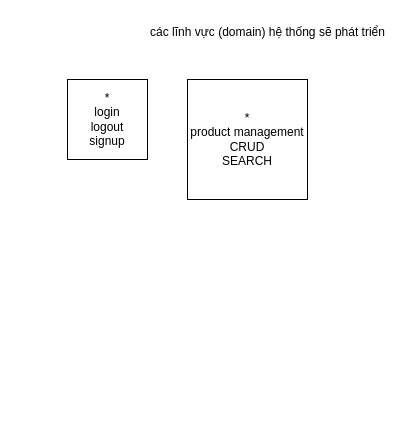
This is Untitled Diagram.drawio from MingChenCodeLab/diagram, a draw.io file, before an edit. Source tidied: cells renumbered, new cells numbered last; positions are measured from the earlier drawing's top-left corner, leaving out a move shared by most shapes. Both pictures are drawn from the tidied source at 100%, with x=0, y=0 at pixel (67, 17).
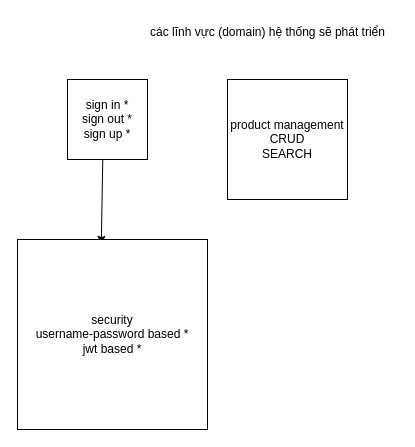
The same page after the edit.

What changed in the source:
```diff
@@
 <mxGraphModel>
   <root>
     <mxCell id="0" />
     <mxCell id="1" parent="0" />
     <mxCell id="2" value="các lĩnh vực (domain) hệ thống sẽ phát triển" style="text;html=1;align=center;verticalAlign=middle;strokeColor=none;fillColor=none;" parent="1" vertex="1">
       <mxGeometry x="70" width="260" height="30" as="geometry" />
     </mxCell>
-    <mxCell id="3" value="&lt;div&gt;*&lt;br&gt;login&lt;/div&gt;&lt;div&gt;logout&lt;/div&gt;&lt;div&gt;signup&lt;/div&gt;" style="whiteSpace=wrap;html=1;" parent="1" vertex="1">
+    <mxCell id="3" value="&lt;div&gt;sign in *&lt;/div&gt;&lt;div&gt;sign out *&lt;/div&gt;&lt;div&gt;sign up *&lt;/div&gt;" style="whiteSpace=wrap;html=1;" parent="1" vertex="1">
       <mxGeometry y="62" width="80" height="80" as="geometry" />
     </mxCell>
-    <mxCell id="4" value="*&lt;br&gt;product management&lt;br&gt;CRUD&lt;br&gt;SEARCH" style="whiteSpace=wrap;html=1;" parent="1" vertex="1">
-      <mxGeometry x="120" y="62" width="120" height="120" as="geometry" />
+    <mxCell id="4" value="product management&lt;br&gt;CRUD&lt;br&gt;SEARCH" style="whiteSpace=wrap;html=1;" parent="1" vertex="1">
+      <mxGeometry x="160" y="62" width="120" height="120" as="geometry" />
     </mxCell>
+    <mxCell id="5" style="endArrow=classic;html=1;rounded=0;exitX=0.441;exitY=0.994;exitDx=0;exitDy=0;exitPerimeter=0;entryX=0.441;entryY=0.025;entryDx=0;entryDy=0;entryPerimeter=0;" parent="1" edge="1" source="3" target="6">
+      <mxGeometry relative="1" as="geometry" />
+    </mxCell>
+    <mxCell id="6" value="security&lt;br&gt;username-password based *&lt;br&gt;jwt based *" style="whiteSpace=wrap;html=1;" parent="1" vertex="1">
+      <mxGeometry x="-50" y="222" width="190" height="190" as="geometry" />
+    </mxCell>
   </root>
 </mxGraphModel>
```
